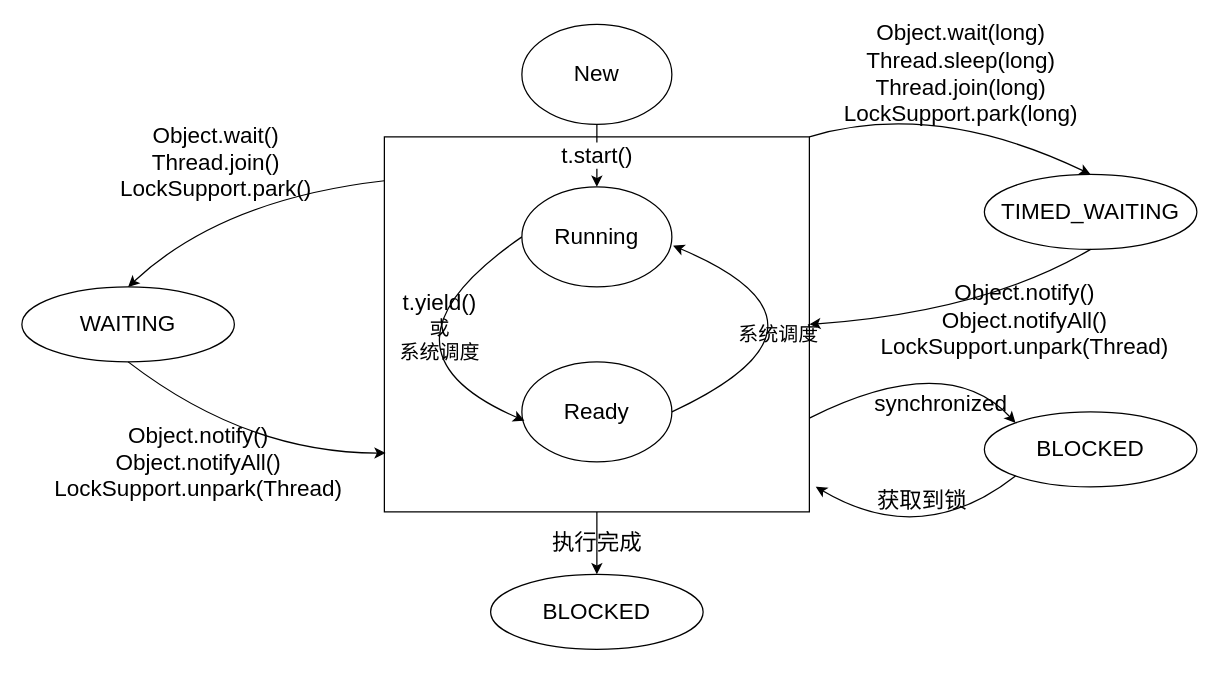
Earlier version of the draw.io diagram thread.drawio (dosjia/chart). Source tidied: cells renumbered, new cells numbered last; positions are measured from the earlier drawing's top-left corner, leaving out a move shared by most shapes. Both pictures are drawn from the tidied source at 125%, with x=0, y=0 at pixel (21, 24).
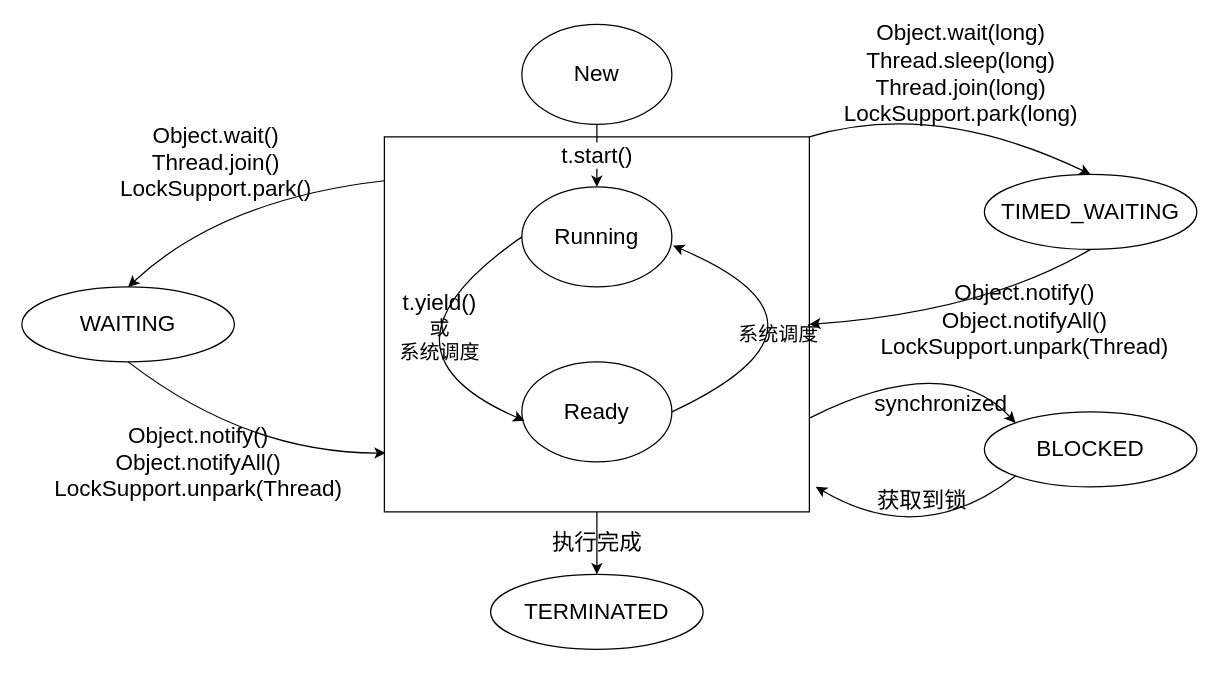
Above is the later version.

Diff of the diagram source:
```diff
@@
-    <mxCell id="21" value="&lt;font style=&quot;font-size: 18px&quot;&gt;BLOCKED&lt;/font&gt;" style="ellipse;whiteSpace=wrap;html=1;" parent="1" vertex="1">
+    <mxCell id="21" value="&lt;font style=&quot;font-size: 18px&quot;&gt;TERMINATED&lt;/font&gt;" style="ellipse;whiteSpace=wrap;html=1;" parent="1" vertex="1">
       <mxGeometry x="375" y="440" width="170" height="60" as="geometry" />
     </mxCell>
```
